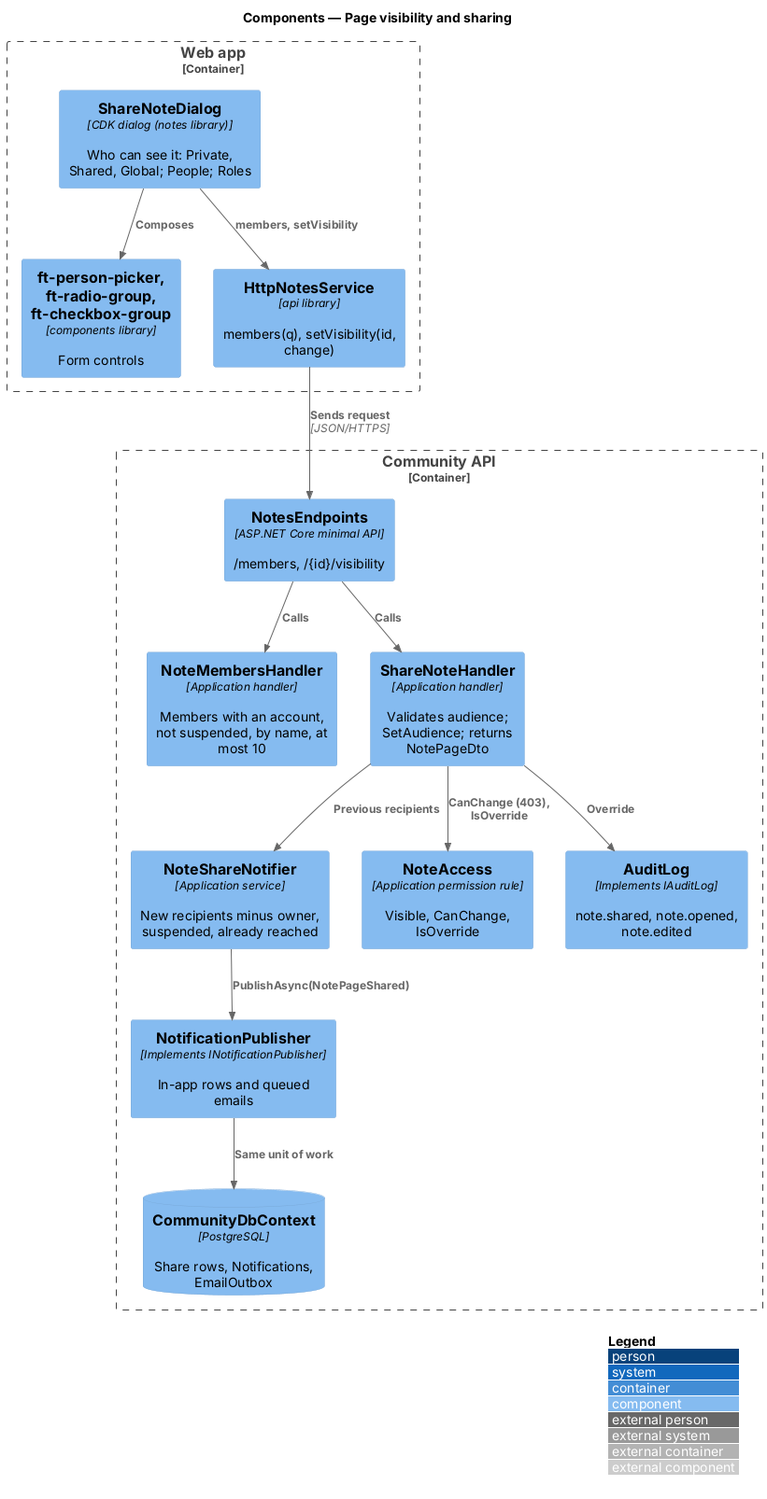
Before: docs/detailed-designs/notes/share-and-visibility/diagrams/c4-component.png, a diagram exported from PlantUML (QuinntyneBrown/faithtech-community).
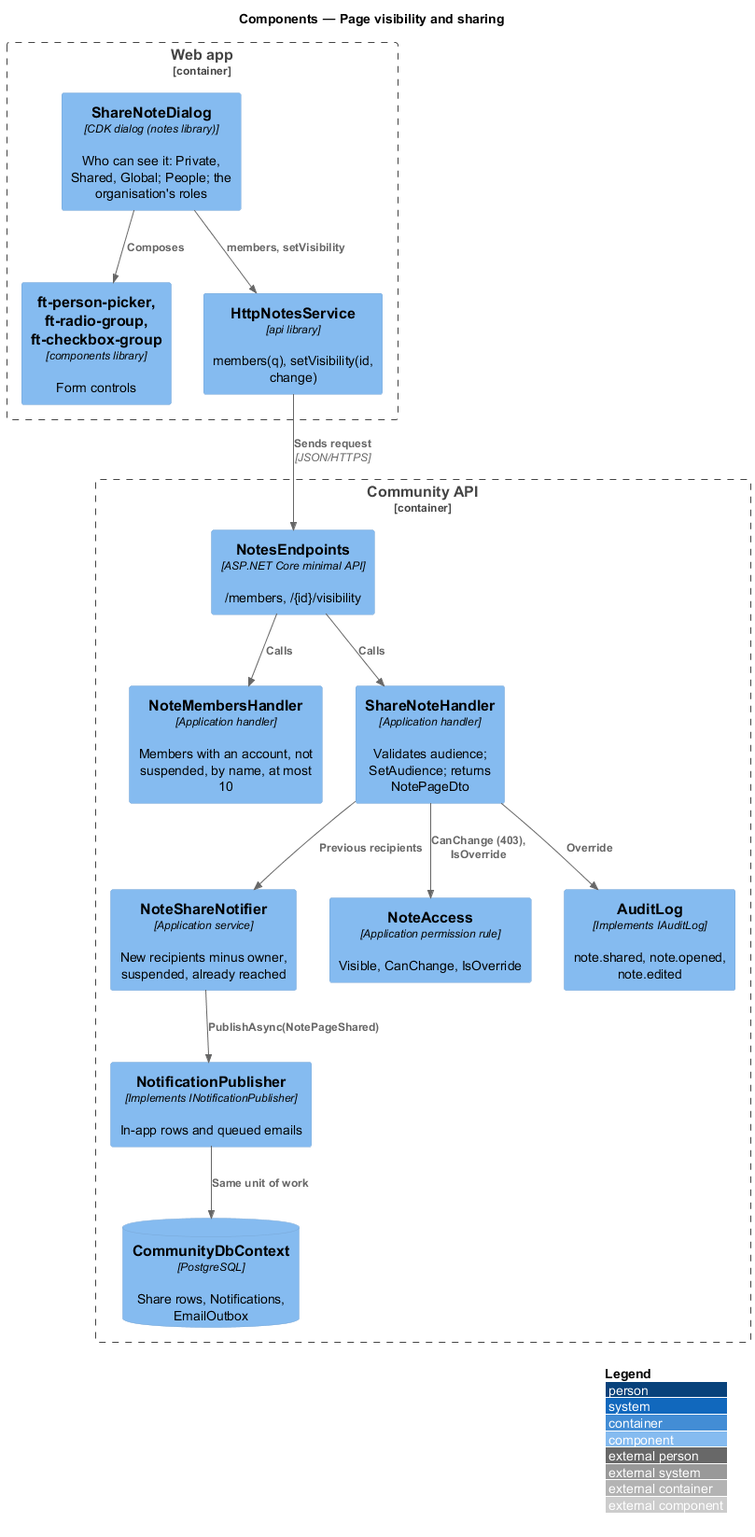
Above is the later version.

The edit, as a diff of the source:
```diff
@@ -3,7 +3,7 @@
 LAYOUT_WITH_LEGEND()
 title Components — Page visibility and sharing
 Container_Boundary(web, "Web app") {
-  Component(dlg, "ShareNoteDialog", "CDK dialog (notes library)", "Who can see it: Private, Shared, Global; People; Roles")
+  Component(dlg, "ShareNoteDialog", "CDK dialog (notes library)", "Who can see it: Private, Shared, Global; People; the organisation's roles")
   Component(picker, "ft-person-picker, ft-radio-group, ft-checkbox-group", "components library", "Form controls")
   Component(svc, "HttpNotesService", "api library", "members(q), setVisibility(id, change)")
 }
```
